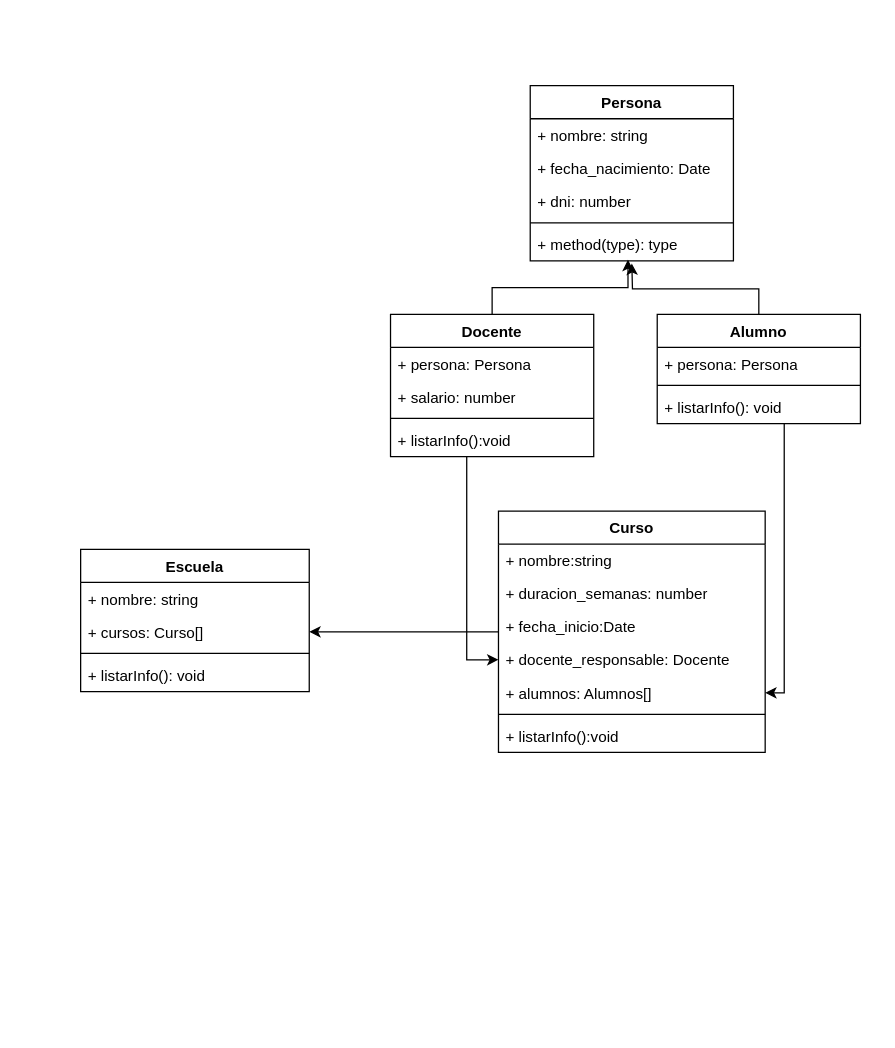
This is Entregas 2do cuatri/Entrega Escuela de Arte 14-04/Escuela de arte.drawio from demateopablo/entregas-Desarrollador-Web, a draw.io file, before an edit. Source tidied: cells renumbered, new cells numbered last; positions are measured from the earlier drawing's top-left corner, leaving out a move shared by most shapes. Both pictures are drawn from the tidied source at 127%, with x=0, y=0 at pixel (80, 85).
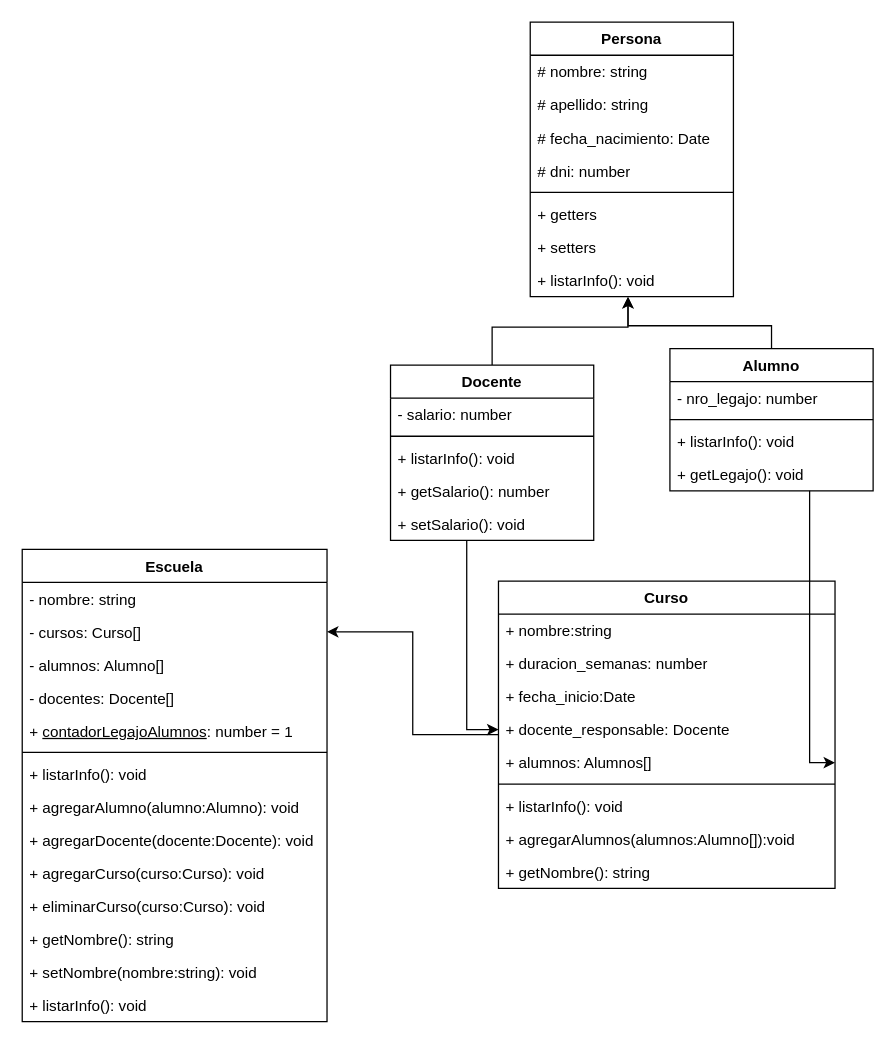
After the change.

Commit message:
Actualizacion de diagrama

The edit, as a diff of the source:
```diff
@@
     <mxCell id="3" value="Curso" style="swimlane;fontStyle=1;align=center;verticalAlign=top;horizontal=1;startSize=26;whiteSpace=wrap;html=1;" parent="1" vertex="1">
-      <mxGeometry x="329" y="335" width="210" height="190" as="geometry" />
+      <mxGeometry x="329" y="390" width="265" height="242" as="geometry" />
     </mxCell>
     <mxCell id="4" value="+ nombre:string" style="text;strokeColor=none;fillColor=none;align=left;verticalAlign=top;spacingLeft=4;spacingRight=4;overflow=hidden;whiteSpace=wrap;html=1;" parent="3" vertex="1">
-      <mxGeometry y="26" width="210" height="26" as="geometry" />
+      <mxGeometry y="26" width="265" height="26" as="geometry" />
     </mxCell>
     <mxCell id="5" value="+ duracion_semanas: number" style="text;strokeColor=none;fillColor=none;align=left;verticalAlign=top;spacingLeft=4;spacingRight=4;overflow=hidden;whiteSpace=wrap;html=1;" parent="3" vertex="1">
-      <mxGeometry y="52" width="210" height="26" as="geometry" />
+      <mxGeometry y="52" width="265" height="26" as="geometry" />
     </mxCell>
     <mxCell id="6" value="+ fecha_inicio:Date" style="text;strokeColor=none;fillColor=none;align=left;verticalAlign=top;spacingLeft=4;spacingRight=4;overflow=hidden;whiteSpace=wrap;html=1;" parent="3" vertex="1">
-      <mxGeometry y="78" width="210" height="26" as="geometry" />
+      <mxGeometry y="78" width="265" height="26" as="geometry" />
     </mxCell>
     <mxCell id="7" value="+ docente_responsable: Docente" style="text;strokeColor=none;fillColor=none;align=left;verticalAlign=top;spacingLeft=4;spacingRight=4;overflow=hidden;points=[[0,0.5],[1,0.5]];portConstraint=eastwest;whiteSpace=wrap;html=1;" parent="3" vertex="1">
-      <mxGeometry y="104" width="210" height="26" as="geometry" />
+      <mxGeometry y="104" width="265" height="26" as="geometry" />
     </mxCell>
     <mxCell id="8" value="+ alumnos: Alumnos[]" style="text;strokeColor=none;fillColor=none;align=left;verticalAlign=top;spacingLeft=4;spacingRight=4;overflow=hidden;points=[[0,0.5],[1,0.5]];portConstraint=eastwest;whiteSpace=wrap;html=1;" parent="3" vertex="1">
-      <mxGeometry y="130" width="210" height="26" as="geometry" />
+      <mxGeometry y="130" width="265" height="26" as="geometry" />
     </mxCell>
     <mxCell id="9" style="line;strokeWidth=1;fillColor=none;align=left;verticalAlign=middle;spacingTop=-1;spacingLeft=3;spacingRight=3;labelPosition=right;strokeColor=inherit;" parent="3" vertex="1">
-      <mxGeometry y="156" width="210" height="8" as="geometry" />
+      <mxGeometry y="156" width="265" height="8" as="geometry" />
     </mxCell>
-    <mxCell id="10" value="+ listarInfo&lt;span style=&quot;background-color: transparent; color: light-dark(rgb(0, 0, 0), rgb(255, 255, 255));&quot;&gt;():void&lt;/span&gt;" style="text;strokeColor=none;fillColor=none;align=left;verticalAlign=top;spacingLeft=4;spacingRight=4;overflow=hidden;whiteSpace=wrap;html=1;" parent="3" vertex="1">
-      <mxGeometry y="164" width="210" height="26" as="geometry" />
+    <mxCell id="10" value="+ listarInfo&lt;span style=&quot;background-color: transparent; color: light-dark(rgb(0, 0, 0), rgb(255, 255, 255));&quot;&gt;(): void&lt;/span&gt;" style="text;strokeColor=none;fillColor=none;align=left;verticalAlign=top;spacingLeft=4;spacingRight=4;overflow=hidden;whiteSpace=wrap;html=1;" parent="3" vertex="1">
+      <mxGeometry y="164" width="265" height="26" as="geometry" />
     </mxCell>
+    <mxCell id="35" value="+ agregarAlumnos(alumnos:Alumno[]):void" style="text;strokeColor=none;fillColor=none;align=left;verticalAlign=top;spacingLeft=4;spacingRight=4;overflow=hidden;whiteSpace=wrap;html=1;" parent="3" vertex="1">
+      <mxGeometry y="190" width="265" height="26" as="geometry" />
+    </mxCell>
+    <mxCell id="36" value="+ getNombre(): string" style="text;strokeColor=none;fillColor=none;align=left;verticalAlign=top;spacingLeft=4;spacingRight=4;overflow=hidden;whiteSpace=wrap;html=1;" parent="3" vertex="1">
+      <mxGeometry y="216" width="265" height="26" as="geometry" />
+    </mxCell>
     <mxCell id="11" style="edgeStyle=orthogonalEdgeStyle;rounded=0;jettySize=auto;html=1;entryX=0;entryY=0.5;entryDx=0;entryDy=0;" parent="1" edge="1" source="12" target="7">
       <mxGeometry relative="1" as="geometry">
         <Array as="points">
-          <mxPoint x="304" y="452" />
+          <mxPoint x="304" y="507" />
         </Array>
       </mxGeometry>
     </mxCell>
     <mxCell id="12" value="Docente" style="swimlane;fontStyle=1;align=center;verticalAlign=top;horizontal=1;startSize=26;whiteSpace=wrap;html=1;" parent="1" vertex="1">
-      <mxGeometry x="244" y="180" width="160" height="112" as="geometry" />
+      <mxGeometry x="244" y="220" width="160" height="138" as="geometry" />
     </mxCell>
-    <mxCell id="13" value="+ persona: Persona" style="text;strokeColor=none;fillColor=none;align=left;verticalAlign=top;spacingLeft=4;spacingRight=4;overflow=hidden;whiteSpace=wrap;html=1;" parent="12" vertex="1">
-      <mxGeometry y="26" width="160" height="26" as="geometry" />
-    </mxCell>
-    <mxCell id="14" value="+ salario: number" style="text;strokeColor=none;fillColor=none;align=left;verticalAlign=top;spacingLeft=4;spacingRight=4;overflow=hidden;whiteSpace=wrap;html=1;" parent="12" vertex="1">
-      <mxGeometry y="52" width="160" height="26" as="geometry" />
+    <mxCell id="14" value="- salario: number" style="text;strokeColor=none;fillColor=none;align=left;verticalAlign=top;spacingLeft=4;spacingRight=4;overflow=hidden;whiteSpace=wrap;html=1;" parent="12" vertex="1">
+      <mxGeometry y="26" width="160" height="26" as="geometry" />
     </mxCell>
     <mxCell id="15" style="line;strokeWidth=1;fillColor=none;align=left;verticalAlign=middle;spacingTop=-1;spacingLeft=3;spacingRight=3;labelPosition=right;strokeColor=inherit;" parent="12" vertex="1">
-      <mxGeometry y="78" width="160" height="8" as="geometry" />
+      <mxGeometry y="52" width="160" height="8" as="geometry" />
     </mxCell>
-    <mxCell id="16" value="+ listarInfo():void" style="text;strokeColor=none;fillColor=none;align=left;verticalAlign=top;spacingLeft=4;spacingRight=4;overflow=hidden;whiteSpace=wrap;html=1;" parent="12" vertex="1">
-      <mxGeometry y="86" width="160" height="26" as="geometry" />
+    <mxCell id="16" value="+ listarInfo(): void" style="text;strokeColor=none;fillColor=none;align=left;verticalAlign=top;spacingLeft=4;spacingRight=4;overflow=hidden;whiteSpace=wrap;html=1;" parent="12" vertex="1">
+      <mxGeometry y="60" width="160" height="26" as="geometry" />
     </mxCell>
-    <mxCell id="17" style="edgeStyle=orthogonalEdgeStyle;rounded=0;jettySize=auto;html=1;exitX=0.5;exitY=0;exitDx=0;exitDy=0;" parent="1" edge="1" source="19">
-      <mxGeometry relative="1" as="geometry">
-        <mxPoint x="434" y="140" as="targetPoint" />
-      </mxGeometry>
-    </mxCell>
+    <mxCell id="37" value="+ getSalario(): number" style="text;strokeColor=none;fillColor=none;align=left;verticalAlign=top;spacingLeft=4;spacingRight=4;overflow=hidden;whiteSpace=wrap;html=1;" parent="12" vertex="1">
+      <mxGeometry y="86" width="160" height="26" as="geometry" />
+    </mxCell>
+    <mxCell id="38" value="+ setSalario(): void" style="text;strokeColor=none;fillColor=none;align=left;verticalAlign=top;spacingLeft=4;spacingRight=4;overflow=hidden;whiteSpace=wrap;html=1;" parent="12" vertex="1">
+      <mxGeometry y="112" width="160" height="26" as="geometry" />
+    </mxCell>
-    <mxCell id="18" style="edgeStyle=orthogonalEdgeStyle;rounded=0;jettySize=auto;html=1;" parent="1" edge="1" source="19" target="8">
+    <mxCell id="18" style="edgeStyle=orthogonalEdgeStyle;rounded=0;jettySize=auto;html=1;entryX=1;entryY=0.5;entryDx=0;entryDy=0;" parent="1" edge="1" source="19" target="8">
       <mxGeometry relative="1" as="geometry">
         <Array as="points">
-          <mxPoint x="554" y="478" />
+          <mxPoint x="574" y="533" />
         </Array>
       </mxGeometry>
     </mxCell>
     <mxCell id="19" value="Alumno" style="swimlane;fontStyle=1;align=center;verticalAlign=top;horizontal=1;startSize=26;whiteSpace=wrap;html=1;" parent="1" vertex="1">
-      <mxGeometry x="454" y="180" width="160" height="86" as="geometry" />
+      <mxGeometry x="464" y="207" width="160" height="112" as="geometry" />
     </mxCell>
-    <mxCell id="20" value="+ persona: Persona" style="text;strokeColor=none;fillColor=none;align=left;verticalAlign=top;spacingLeft=4;spacingRight=4;overflow=hidden;whiteSpace=wrap;html=1;" parent="19" vertex="1">
-      <mxGeometry y="26" width="160" height="26" as="geometry" />
-    </mxCell>
+    <mxCell id="39" value="- nro_legajo: number" style="text;strokeColor=none;fillColor=none;align=left;verticalAlign=top;spacingLeft=4;spacingRight=4;overflow=hidden;whiteSpace=wrap;html=1;" parent="19" vertex="1">
+      <mxGeometry y="26" width="160" height="26" as="geometry" />
+    </mxCell>
@@
+    <mxCell id="40" value="+ getLegajo(): void" style="text;strokeColor=none;fillColor=none;align=left;verticalAlign=top;spacingLeft=4;spacingRight=4;overflow=hidden;whiteSpace=wrap;html=1;" parent="19" vertex="1">
+      <mxGeometry y="86" width="160" height="26" as="geometry" />
+    </mxCell>
     <mxCell id="23" value="Persona" style="swimlane;fontStyle=1;align=center;verticalAlign=top;horizontal=1;startSize=26;whiteSpace=wrap;html=1;" parent="1" vertex="1">
-      <mxGeometry x="354" width="160" height="138" as="geometry" />
+      <mxGeometry x="354" y="-50" width="160" height="216" as="geometry" />
     </mxCell>
-    <mxCell id="24" value="+ nombre: string" style="text;strokeColor=none;fillColor=none;align=left;verticalAlign=top;spacingLeft=4;spacingRight=4;overflow=hidden;whiteSpace=wrap;html=1;" parent="23" vertex="1">
+    <mxCell id="24" value="# nombre: string" style="text;strokeColor=none;fillColor=none;align=left;verticalAlign=top;spacingLeft=4;spacingRight=4;overflow=hidden;whiteSpace=wrap;html=1;" parent="23" vertex="1">
       <mxGeometry y="26" width="160" height="26" as="geometry" />
     </mxCell>
+    <mxCell id="41" value="# apellido: string" style="text;strokeColor=none;fillColor=none;align=left;verticalAlign=top;spacingLeft=4;spacingRight=4;overflow=hidden;whiteSpace=wrap;html=1;" parent="23" vertex="1">
+      <mxGeometry y="52" width="160" height="26" as="geometry" />
+    </mxCell>
-    <mxCell id="25" value="+ fecha_nacimiento: Date" style="text;strokeColor=none;fillColor=none;align=left;verticalAlign=top;spacingLeft=4;spacingRight=4;overflow=hidden;whiteSpace=wrap;html=1;" parent="23" vertex="1">
-      <mxGeometry y="52" width="160" height="26" as="geometry" />
+    <mxCell id="25" value="&lt;div&gt;&lt;span style=&quot;background-color: transparent; color: light-dark(rgb(0, 0, 0), rgb(255, 255, 255));&quot;&gt;# fecha_nacimiento: Date&lt;/span&gt;&lt;/div&gt;" style="text;strokeColor=none;fillColor=none;align=left;verticalAlign=top;spacingLeft=4;spacingRight=4;overflow=hidden;whiteSpace=wrap;html=1;" parent="23" vertex="1">
+      <mxGeometry y="78" width="160" height="26" as="geometry" />
     </mxCell>
-    <mxCell id="26" value="+ dni: number" style="text;strokeColor=none;fillColor=none;align=left;verticalAlign=top;spacingLeft=4;spacingRight=4;overflow=hidden;whiteSpace=wrap;html=1;" parent="23" vertex="1">
-      <mxGeometry y="78" width="160" height="26" as="geometry" />
+    <mxCell id="26" value="#&lt;span style=&quot;background-color: transparent; color: light-dark(rgb(0, 0, 0), rgb(255, 255, 255));&quot;&gt;&amp;nbsp;dni: number&lt;/span&gt;" style="text;strokeColor=none;fillColor=none;align=left;verticalAlign=top;spacingLeft=4;spacingRight=4;overflow=hidden;whiteSpace=wrap;html=1;" parent="23" vertex="1">
+      <mxGeometry y="104" width="160" height="26" as="geometry" />
     </mxCell>
     <mxCell id="27" style="line;strokeWidth=1;fillColor=none;align=left;verticalAlign=middle;spacingTop=-1;spacingLeft=3;spacingRight=3;labelPosition=right;strokeColor=inherit;" parent="23" vertex="1">
-      <mxGeometry y="104" width="160" height="8" as="geometry" />
+      <mxGeometry y="130" width="160" height="8" as="geometry" />
     </mxCell>
-    <mxCell id="28" value="+ method(type): type" style="text;strokeColor=none;fillColor=none;align=left;verticalAlign=top;spacingLeft=4;spacingRight=4;overflow=hidden;points=[[0,0.5],[1,0.5]];portConstraint=eastwest;whiteSpace=wrap;html=1;" parent="23" vertex="1">
-      <mxGeometry y="112" width="160" height="26" as="geometry" />
+    <mxCell id="28" value="+ getters" style="text;strokeColor=none;fillColor=none;align=left;verticalAlign=top;spacingLeft=4;spacingRight=4;overflow=hidden;points=[[0,0.5],[1,0.5]];portConstraint=eastwest;whiteSpace=wrap;html=1;" parent="23" vertex="1">
+      <mxGeometry y="138" width="160" height="26" as="geometry" />
     </mxCell>
+    <mxCell id="42" value="+ setters" style="text;strokeColor=none;fillColor=none;align=left;verticalAlign=top;spacingLeft=4;spacingRight=4;overflow=hidden;whiteSpace=wrap;html=1;" parent="23" vertex="1">
+      <mxGeometry y="164" width="160" height="26" as="geometry" />
+    </mxCell>
+    <mxCell id="43" value="+ listarInfo(): void" style="text;strokeColor=none;fillColor=none;align=left;verticalAlign=top;spacingLeft=4;spacingRight=4;overflow=hidden;points=[[0,0.5],[1,0.5]];portConstraint=eastwest;whiteSpace=wrap;html=1;" parent="23" vertex="1">
+      <mxGeometry y="190" width="160" height="26" as="geometry" />
+    </mxCell>
-    <mxCell id="29" style="edgeStyle=orthogonalEdgeStyle;rounded=0;jettySize=auto;html=1;exitX=0.5;exitY=0;exitDx=0;exitDy=0;entryX=0.481;entryY=0.962;entryDx=0;entryDy=0;entryPerimeter=0;" parent="1" edge="1" source="12" target="28">
-      <mxGeometry relative="1" as="geometry" />
+    <mxCell id="29" style="edgeStyle=orthogonalEdgeStyle;rounded=0;jettySize=auto;html=1;exitX=0.5;exitY=0;exitDx=0;exitDy=0;entryX=0.481;entryY=1.013;entryDx=0;entryDy=0;entryPerimeter=0;" parent="1" edge="1" source="12" target="43">
+      <mxGeometry relative="1" as="geometry">
+        <Array as="points">
+          <mxPoint x="324" y="190" />
+          <mxPoint x="431" y="190" />
+        </Array>
+      </mxGeometry>
     </mxCell>
     <mxCell id="30" value="Escuela" style="swimlane;fontStyle=1;align=center;verticalAlign=top;horizontal=1;startSize=26;whiteSpace=wrap;html=1;" parent="1" vertex="1">
-      <mxGeometry y="365" width="180" height="112" as="geometry" />
+      <mxGeometry x="-46" y="365" width="240" height="372" as="geometry" />
     </mxCell>
-    <mxCell id="31" value="+ nombre: string" style="text;strokeColor=none;fillColor=none;align=left;verticalAlign=top;spacingLeft=4;spacingRight=4;overflow=hidden;whiteSpace=wrap;html=1;" parent="30" vertex="1">
-      <mxGeometry y="26" width="180" height="26" as="geometry" />
+    <mxCell id="31" value="- nombre: string" style="text;strokeColor=none;fillColor=none;align=left;verticalAlign=top;spacingLeft=4;spacingRight=4;overflow=hidden;whiteSpace=wrap;html=1;" parent="30" vertex="1">
+      <mxGeometry y="26" width="240" height="26" as="geometry" />
     </mxCell>
-    <mxCell id="32" value="+ cursos: Curso[]" style="text;strokeColor=none;fillColor=none;align=left;verticalAlign=top;spacingLeft=4;spacingRight=4;overflow=hidden;points=[[0,0.5],[1,0.5]];portConstraint=eastwest;whiteSpace=wrap;html=1;" parent="30" vertex="1">
-      <mxGeometry y="52" width="180" height="26" as="geometry" />
+    <mxCell id="32" value="- cursos: Curso[]" style="text;strokeColor=none;fillColor=none;align=left;verticalAlign=top;spacingLeft=4;spacingRight=4;overflow=hidden;points=[[0,0.5],[1,0.5]];portConstraint=eastwest;whiteSpace=wrap;html=1;" parent="30" vertex="1">
+      <mxGeometry y="52" width="240" height="26" as="geometry" />
     </mxCell>
+    <mxCell id="44" value="- alumnos: Alumno[]" style="text;strokeColor=none;fillColor=none;align=left;verticalAlign=top;spacingLeft=4;spacingRight=4;overflow=hidden;whiteSpace=wrap;html=1;" parent="30" vertex="1">
+      <mxGeometry y="78" width="240" height="26" as="geometry" />
+    </mxCell>
+    <mxCell id="45" value="- docentes: Docente[]" style="text;strokeColor=none;fillColor=none;align=left;verticalAlign=top;spacingLeft=4;spacingRight=4;overflow=hidden;whiteSpace=wrap;html=1;" parent="30" vertex="1">
+      <mxGeometry y="104" width="240" height="26" as="geometry" />
+    </mxCell>
+    <mxCell id="46" value="+ &lt;u&gt;contadorLegajoAlumnos&lt;/u&gt;: number = 1" style="text;strokeColor=none;fillColor=none;align=left;verticalAlign=top;spacingLeft=4;spacingRight=4;overflow=hidden;whiteSpace=wrap;html=1;" parent="30" vertex="1">
+      <mxGeometry y="130" width="240" height="26" as="geometry" />
+    </mxCell>
     <mxCell id="33" style="line;strokeWidth=1;fillColor=none;align=left;verticalAlign=middle;spacingTop=-1;spacingLeft=3;spacingRight=3;labelPosition=right;strokeColor=inherit;" parent="30" vertex="1">
-      <mxGeometry y="78" width="180" height="8" as="geometry" />
+      <mxGeometry y="156" width="240" height="8" as="geometry" />
     </mxCell>
     <mxCell id="34" value="+ listarInfo(): void" style="text;strokeColor=none;fillColor=none;align=left;verticalAlign=top;spacingLeft=4;spacingRight=4;overflow=hidden;whiteSpace=wrap;html=1;" parent="30" vertex="1">
-      <mxGeometry y="86" width="180" height="26" as="geometry" />
+      <mxGeometry y="164" width="240" height="26" as="geometry" />
     </mxCell>
+    <mxCell id="47" value="+ agregarAlumno(alumno:Alumno): void" style="text;strokeColor=none;fillColor=none;align=left;verticalAlign=top;spacingLeft=4;spacingRight=4;overflow=hidden;whiteSpace=wrap;html=1;" parent="30" vertex="1">
+      <mxGeometry y="190" width="240" height="26" as="geometry" />
+    </mxCell>
+    <mxCell id="48" value="+ agregarDocente(docente:Docente): void" style="text;strokeColor=none;fillColor=none;align=left;verticalAlign=top;spacingLeft=4;spacingRight=4;overflow=hidden;whiteSpace=wrap;html=1;" parent="30" vertex="1">
+      <mxGeometry y="216" width="240" height="26" as="geometry" />
+    </mxCell>
+    <mxCell id="49" value="+ agregarCurso(curso:Curso): void" style="text;strokeColor=none;fillColor=none;align=left;verticalAlign=top;spacingLeft=4;spacingRight=4;overflow=hidden;whiteSpace=wrap;html=1;" parent="30" vertex="1">
+      <mxGeometry y="242" width="240" height="26" as="geometry" />
+    </mxCell>
+    <mxCell id="50" value="+ eliminarCurso(curso:Curso): void" style="text;strokeColor=none;fillColor=none;align=left;verticalAlign=top;spacingLeft=4;spacingRight=4;overflow=hidden;whiteSpace=wrap;html=1;" parent="30" vertex="1">
+      <mxGeometry y="268" width="240" height="26" as="geometry" />
+    </mxCell>
+    <mxCell id="51" value="+ getNombre(): string" style="text;strokeColor=none;fillColor=none;align=left;verticalAlign=top;spacingLeft=4;spacingRight=4;overflow=hidden;whiteSpace=wrap;html=1;" parent="30" vertex="1">
+      <mxGeometry y="294" width="240" height="26" as="geometry" />
+    </mxCell>
+    <mxCell id="52" value="+ setNombre(nombre:string): void" style="text;strokeColor=none;fillColor=none;align=left;verticalAlign=top;spacingLeft=4;spacingRight=4;overflow=hidden;whiteSpace=wrap;html=1;" parent="30" vertex="1">
+      <mxGeometry y="320" width="240" height="26" as="geometry" />
+    </mxCell>
+    <mxCell id="53" value="+ listarInfo(): void" style="text;strokeColor=none;fillColor=none;align=left;verticalAlign=top;spacingLeft=4;spacingRight=4;overflow=hidden;whiteSpace=wrap;html=1;" parent="30" vertex="1">
+      <mxGeometry y="346" width="240" height="26" as="geometry" />
+    </mxCell>
+    <mxCell id="54" style="edgeStyle=orthogonalEdgeStyle;rounded=0;orthogonalLoop=1;jettySize=auto;html=1;entryX=0.481;entryY=1.013;entryDx=0;entryDy=0;entryPerimeter=0;" parent="1" edge="1">
+      <mxGeometry relative="1" as="geometry">
+        <mxPoint x="544" y="207" as="sourcePoint" />
+        <mxPoint x="431" y="166.3" as="targetPoint" />
+        <Array as="points">
+          <mxPoint x="544" y="189" />
+          <mxPoint x="431" y="189" />
+        </Array>
+      </mxGeometry>
+    </mxCell>
```
